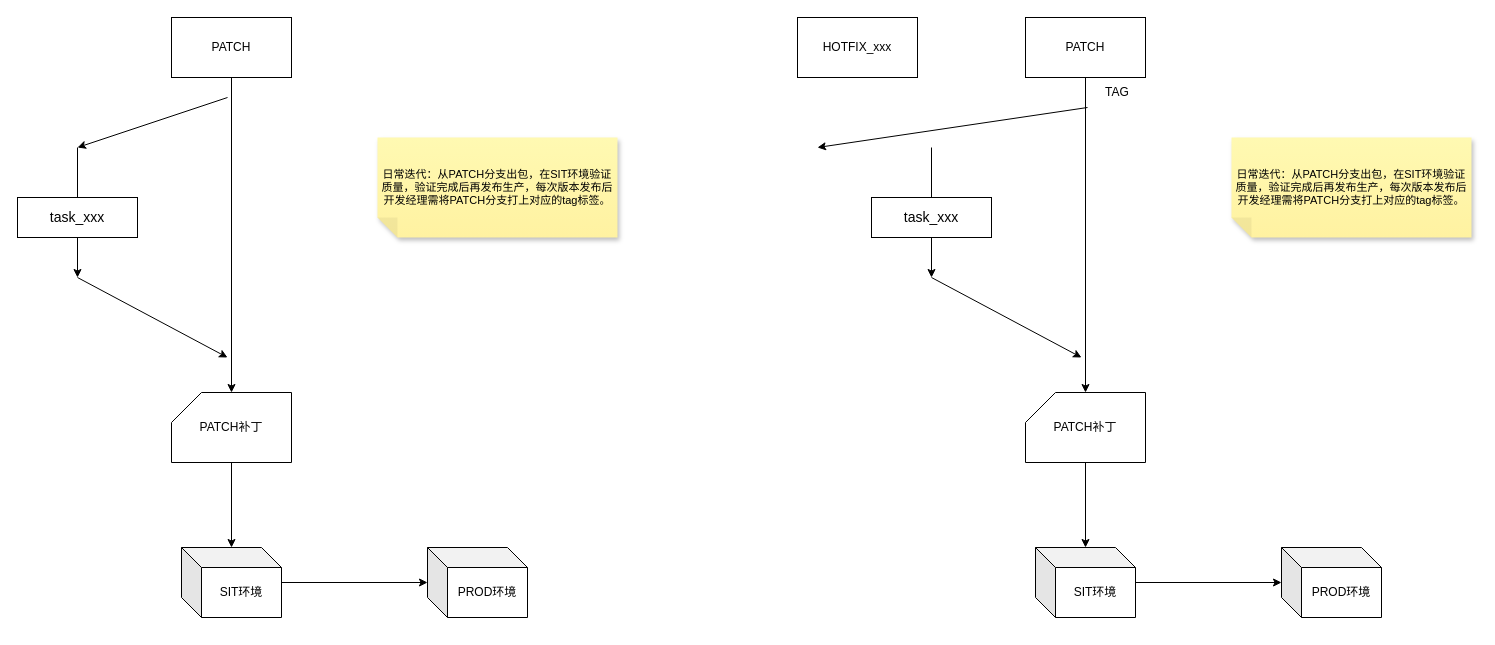
Earlier version of the draw.io diagram 上线流程规范.drawio (Alphathur/diagram). Source tidied: cells renumbered, new cells numbered last; positions are measured from the earlier drawing's top-left corner, leaving out a move shared by most shapes. Both pictures are drawn from the tidied source at 100%, with x=0, y=0 at pixel (17, 17).
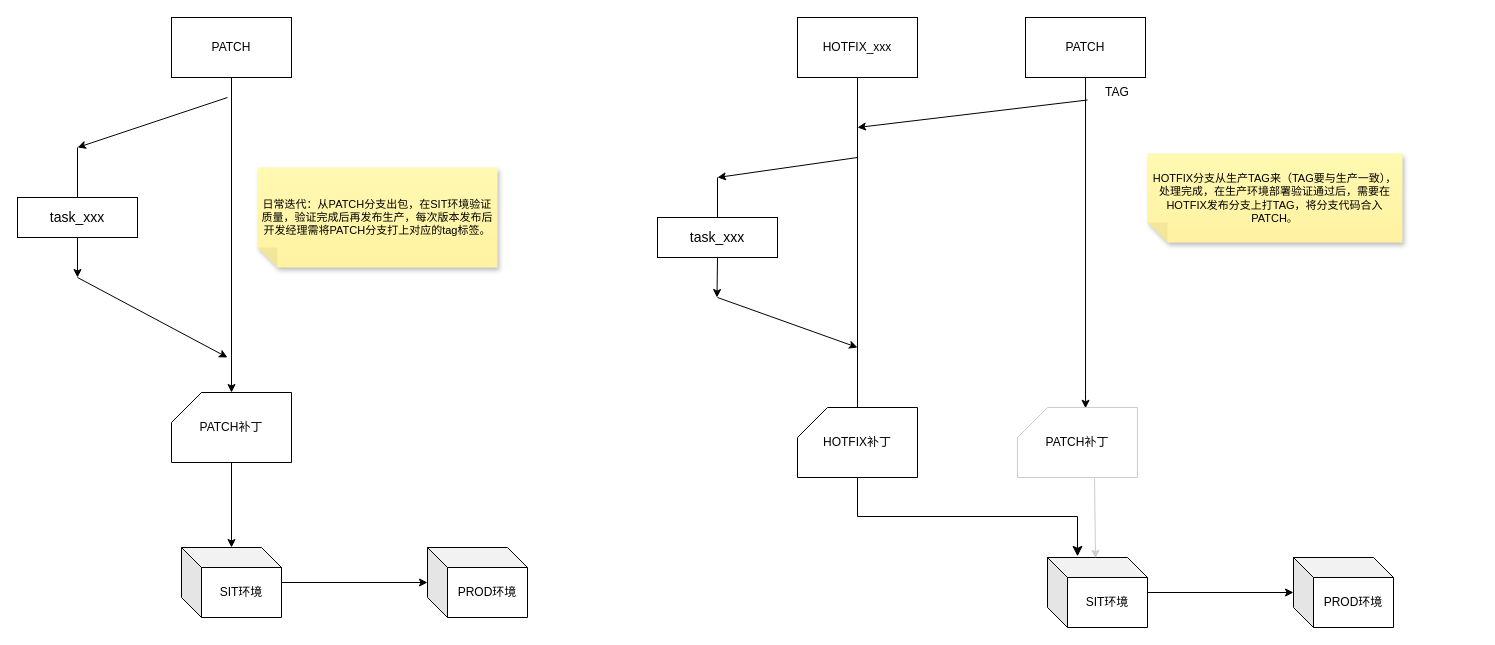
The same page after the edit.

Commit message:
更新上线流程规范.drawio

Unchanged cells that the change refers to:
```xml
<mxCell id="16" value="PATCH" style="rounded=0;whiteSpace=wrap;html=1;" parent="1" vertex="1">
  <mxGeometry x="1008" width="120" height="60" as="geometry" />
</mxCell>
```

The edit, as a diff of the source:
```diff
@@
     <mxCell id="14" value="&lt;div&gt;&lt;font face=&quot;Helvetica&quot; style=&quot;font-size: 11px;&quot;&gt;日常迭代：从PATCH分支出包，在SIT环境验证&lt;/font&gt;&lt;/div&gt;&lt;div&gt;&lt;font face=&quot;Helvetica&quot; style=&quot;font-size: 11px;&quot;&gt;质量，验证完成后再发布生产，每次版本发布后&lt;/font&gt;&lt;/div&gt;&lt;div&gt;&lt;font face=&quot;Helvetica&quot; style=&quot;font-size: 11px;&quot;&gt;开发经理需将PATCH分支打上对应的tag标签。&lt;/font&gt;&lt;/div&gt;" style="shape=note;whiteSpace=wrap;html=1;backgroundOutline=1;autosizeText=1;fontColor=#000000;darkOpacity=0.05;fillColor=#FFF9B2;strokeColor=none;fillStyle=solid;fontSize=6;direction=west;gradientDirection=north;gradientColor=#FFF2A1;shadow=1;size=20;" parent="1" vertex="1">
-      <mxGeometry x="360" y="120" width="240" height="100" as="geometry" />
+      <mxGeometry x="240" y="150" width="240" height="100" as="geometry" />
     </mxCell>
-    <mxCell id="15" style="edgeStyle=orthogonalEdgeStyle;rounded=0;jettySize=auto;html=1;" parent="1" edge="1" source="16" target="18">
+    <mxCell id="15" style="edgeStyle=orthogonalEdgeStyle;rounded=0;jettySize=auto;html=1;entryX=0.567;entryY=0.011;entryDx=0;entryDy=0;entryPerimeter=0;" parent="1" edge="1" source="16" target="18">
       <mxGeometry relative="1" as="geometry" />
     </mxCell>
@@
-    <mxCell id="17" style="edgeStyle=orthogonalEdgeStyle;rounded=0;jettySize=auto;html=1;" parent="1" edge="1" source="18" target="25">
-      <mxGeometry relative="1" as="geometry" />
-    </mxCell>
-    <mxCell id="18" value="PATCH补丁" style="shape=card;whiteSpace=wrap;html=1;" parent="1" vertex="1">
-      <mxGeometry x="1008" y="375" width="120" height="70" as="geometry" />
-    </mxCell>
+    <mxCell id="20" style="endArrow=classic;html=1;rounded=0;exitX=0;exitY=0.75;exitDx=0;exitDy=0;" parent="1" edge="1" source="29">
+      <mxGeometry relative="1" as="geometry">
+        <mxPoint x="840" y="110" as="targetPoint" />
+      </mxGeometry>
+    </mxCell>
+    <mxCell id="27" value="&lt;div&gt;&lt;span style=&quot;font-size: 11px;&quot;&gt;HOTFIX分支从生产TAG来（TAG要&lt;/span&gt;&lt;span style=&quot;font-size: 11px; background-color: transparent; color: light-dark(rgb(0, 0, 0), rgb(237, 237, 237));&quot;&gt;与生产一致），处理完成，在生产&lt;/span&gt;&lt;span style=&quot;font-size: 11px; background-color: transparent; color: light-dark(rgb(0, 0, 0), rgb(237, 237, 237));&quot;&gt;环境部署验证通过后，需要在HOT&lt;/span&gt;&lt;span style=&quot;font-size: 11px; background-color: transparent; color: light-dark(rgb(0, 0, 0), rgb(237, 237, 237));&quot;&gt;FIX发布分支上打TAG，将分支代&lt;/span&gt;&lt;span style=&quot;font-size: 11px; background-color: transparent; color: light-dark(rgb(0, 0, 0), rgb(237, 237, 237));&quot;&gt;码合入PATCH。&lt;/span&gt;&lt;/div&gt;" style="shape=note;whiteSpace=wrap;html=1;backgroundOutline=1;autosizeText=1;fontColor=#000000;darkOpacity=0.05;fillColor=#FFF9B2;strokeColor=none;fillStyle=solid;fontSize=6;direction=west;gradientDirection=north;gradientColor=#FFF2A1;shadow=1;size=20;" parent="1" vertex="1">
+      <mxGeometry x="1130" y="136" width="255" height="89" as="geometry" />
+    </mxCell>
+    <mxCell id="28" value="HOTFIX_xxx" style="rounded=0;whiteSpace=wrap;html=1;" parent="1" vertex="1">
+      <mxGeometry x="780" width="120" height="60" as="geometry" />
+    </mxCell>
+    <mxCell id="29" value="TAG" style="text;html=1;whiteSpace=wrap;strokeColor=none;fillColor=none;align=center;verticalAlign=middle;rounded=0;" parent="1" vertex="1">
+      <mxGeometry x="1070" y="60" width="60" height="30" as="geometry" />
+    </mxCell>
     <mxCell id="19" value="&lt;font style=&quot;font-size: 14px;&quot;&gt;task_xxx&lt;/font&gt;" style="rounded=0;whiteSpace=wrap;html=1;" parent="1" vertex="1">
-      <mxGeometry x="854" y="180" width="120" height="40" as="geometry" />
+      <mxGeometry x="640" y="200" width="120" height="40" as="geometry" />
     </mxCell>
-    <mxCell id="20" style="endArrow=classic;html=1;rounded=0;" parent="1" edge="1">
-      <mxGeometry relative="1" as="geometry">
-        <mxPoint x="1070" y="90" as="sourcePoint" />
-        <mxPoint x="800" y="130" as="targetPoint" />
-      </mxGeometry>
-    </mxCell>
-    <mxCell id="21" style="endArrow=none;html=1;rounded=0;" parent="1" edge="1" source="19">
-      <mxGeometry relative="1" as="geometry">
-        <mxPoint x="914" y="130" as="targetPoint" />
-      </mxGeometry>
-    </mxCell>
-    <mxCell id="22" style="endArrow=classic;html=1;rounded=0;exitX=0.5;exitY=1;exitDx=0;exitDy=0;" parent="1" edge="1" source="19">
-      <mxGeometry relative="1" as="geometry">
-        <mxPoint x="914" y="260" as="targetPoint" />
-      </mxGeometry>
-    </mxCell>
-    <mxCell id="23" style="endArrow=classic;html=1;rounded=0;" parent="1" edge="1">
-      <mxGeometry relative="1" as="geometry">
-        <mxPoint x="914" y="260" as="sourcePoint" />
-        <mxPoint x="1064" y="340" as="targetPoint" />
-      </mxGeometry>
-    </mxCell>
+    <mxCell id="30" style="endArrow=classic;html=1;rounded=0;" parent="1" edge="1">
+      <mxGeometry relative="1" as="geometry">
+        <mxPoint x="840" y="140" as="sourcePoint" />
+        <mxPoint x="700" y="160" as="targetPoint" />
+      </mxGeometry>
+    </mxCell>
+    <mxCell id="31" style="endArrow=none;html=1;rounded=0;" parent="1" edge="1" source="19">
+      <mxGeometry relative="1" as="geometry">
+        <mxPoint x="700" y="160" as="targetPoint" />
+      </mxGeometry>
+    </mxCell>
+    <mxCell id="32" style="endArrow=classic;html=1;rounded=0;exitX=0.5;exitY=1;exitDx=0;exitDy=0;" parent="1" edge="1" source="19">
+      <mxGeometry relative="1" as="geometry">
+        <mxPoint x="699.5" y="280" as="targetPoint" />
+      </mxGeometry>
+    </mxCell>
+    <mxCell id="33" style="endArrow=classic;html=1;rounded=0;" parent="1" edge="1">
+      <mxGeometry relative="1" as="geometry">
+        <mxPoint x="700" y="280" as="sourcePoint" />
+        <mxPoint x="840" y="330" as="targetPoint" />
+      </mxGeometry>
+    </mxCell>
+    <mxCell id="34" value="HOTFIX补丁" style="shape=card;whiteSpace=wrap;html=1;" parent="1" vertex="1">
+      <mxGeometry x="780" y="390" width="120" height="70" as="geometry" />
+    </mxCell>
@@
     <mxCell id="25" value="SIT环境" style="shape=cube;whiteSpace=wrap;html=1;boundedLbl=1;backgroundOutline=1;darkOpacity=0.05;darkOpacity2=0.1;rotation=0;" parent="1" vertex="1">
-      <mxGeometry x="1018" y="530" width="100" height="70" as="geometry" />
+      <mxGeometry x="1030" y="540" width="100" height="70" as="geometry" />
     </mxCell>
     <mxCell id="26" value="PROD环境" style="shape=cube;whiteSpace=wrap;html=1;boundedLbl=1;backgroundOutline=1;darkOpacity=0.05;darkOpacity2=0.1;rotation=0;" parent="1" vertex="1">
-      <mxGeometry x="1264" y="530" width="100" height="70" as="geometry" />
+      <mxGeometry x="1276" y="540" width="100" height="70" as="geometry" />
     </mxCell>
-    <mxCell id="27" value="&lt;div&gt;&lt;font face=&quot;Helvetica&quot; style=&quot;font-size: 11px;&quot;&gt;日常迭代：从PATCH分支出包，在SIT环境验证&lt;/font&gt;&lt;/div&gt;&lt;div&gt;&lt;font face=&quot;Helvetica&quot; style=&quot;font-size: 11px;&quot;&gt;质量，验证完成后再发布生产，每次版本发布后&lt;/font&gt;&lt;/div&gt;&lt;div&gt;&lt;font face=&quot;Helvetica&quot; style=&quot;font-size: 11px;&quot;&gt;开发经理需将PATCH分支打上对应的tag标签。&lt;/font&gt;&lt;/div&gt;" style="shape=note;whiteSpace=wrap;html=1;backgroundOutline=1;autosizeText=1;fontColor=#000000;darkOpacity=0.05;fillColor=#FFF9B2;strokeColor=none;fillStyle=solid;fontSize=6;direction=west;gradientDirection=north;gradientColor=#FFF2A1;shadow=1;size=20;" parent="1" vertex="1">
-      <mxGeometry x="1214" y="120" width="240" height="100" as="geometry" />
-    </mxCell>
-    <mxCell id="28" value="HOTFIX_xxx" style="rounded=0;whiteSpace=wrap;html=1;" parent="1" vertex="1">
-      <mxGeometry x="780" width="120" height="60" as="geometry" />
-    </mxCell>
-    <mxCell id="29" value="TAG" style="text;html=1;whiteSpace=wrap;strokeColor=none;fillColor=none;align=center;verticalAlign=middle;rounded=0;" parent="1" vertex="1">
-      <mxGeometry x="1070" y="60" width="60" height="30" as="geometry" />
-    </mxCell>
+    <mxCell id="35" style="endArrow=none;html=1;rounded=0;exitX=0.5;exitY=0;exitDx=0;exitDy=0;exitPerimeter=0;" parent="1" edge="1" source="34">
+      <mxGeometry relative="1" as="geometry">
+        <mxPoint x="840" y="60" as="targetPoint" />
+      </mxGeometry>
+    </mxCell>
+    <mxCell id="18" value="PATCH补丁" style="shape=card;whiteSpace=wrap;html=1;strokeColor=#CCCCCC;" parent="1" vertex="1">
+      <mxGeometry x="1000" y="390" width="120" height="70" as="geometry" />
+    </mxCell>
+    <mxCell id="17" style="endArrow=classic;html=1;rounded=0;entryX=0.48;entryY=0.011;entryDx=0;entryDy=0;entryPerimeter=0;strokeColor=#CCCCCC;exitX=0.642;exitY=1.011;exitDx=0;exitDy=0;exitPerimeter=0;" parent="1" edge="1" source="18" target="25">
+      <mxGeometry relative="1" as="geometry" />
+    </mxCell>
+    <mxCell id="36" style="edgeStyle=elbowEdgeStyle;elbow=vertical;endArrow=classic;html=1;curved=0;rounded=0;endSize=8;startSize=8;entryX=0.3;entryY=-0.017;entryDx=0;entryDy=0;entryPerimeter=0;exitX=0.5;exitY=1;exitDx=0;exitDy=0;exitPerimeter=0;" parent="1" edge="1" source="34" target="25">
+      <mxGeometry relative="1" as="geometry" />
+    </mxCell>
```
